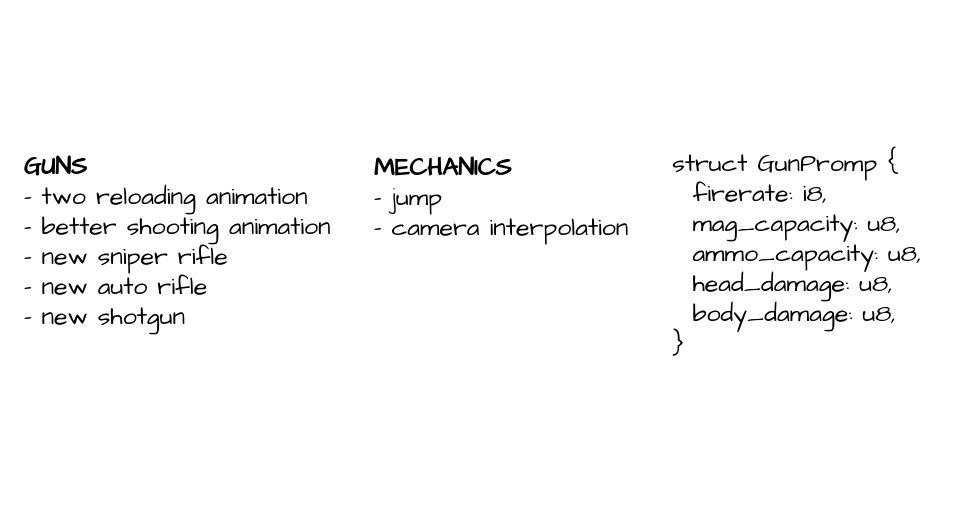
Earlier version of the draw.io diagram plans.drawio (HasChad/bevy-shooting-range). Source tidied: cells renumbered, new cells numbered last; positions are measured from the earlier drawing's top-left corner, leaving out a move shared by most shapes. Both pictures are drawn from the tidied source at 125%, with x=0, y=0 at pixel (21, 140).
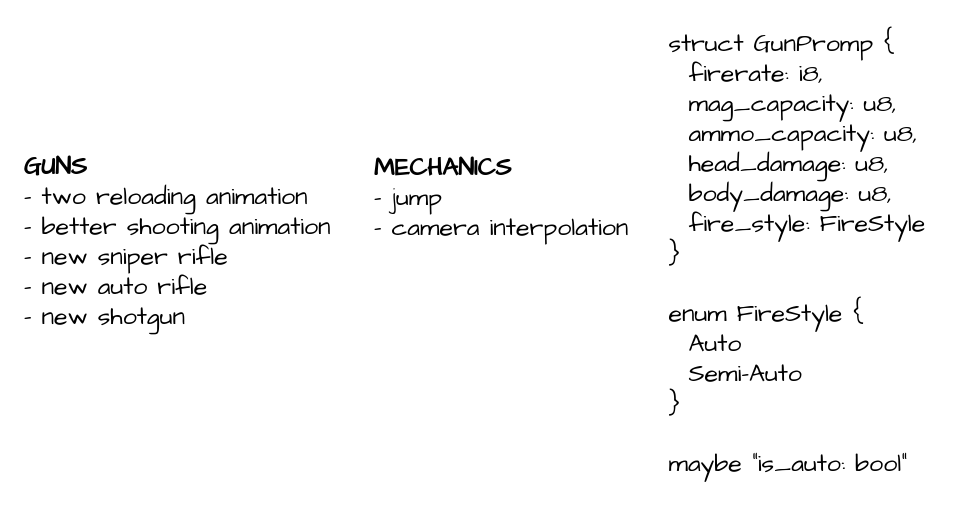
After the change.

What changed in the source:
```diff
@@
 <mxGraphModel>
   <root>
     <mxCell id="0" />
     <mxCell id="1" parent="0" />
     <mxCell id="2" value="&lt;b&gt;GUNS&lt;/b&gt;&lt;br&gt;- two reloading animation&lt;br&gt;- better shooting animation&lt;br&gt;- new sniper rifle&lt;br&gt;- new auto rifle&lt;br&gt;- new shotgun" style="text;html=1;align=left;verticalAlign=middle;strokeColor=none;fillColor=none;fontSize=20;fontFamily=Architects Daughter;sketch=1;hachureGap=4;jiggle=2;curveFitting=1;" parent="1" vertex="1">
       <mxGeometry width="270" height="160" as="geometry" />
     </mxCell>
-    <mxCell id="3" value="&lt;div style=&quot;text-align: left;&quot;&gt;&lt;span style=&quot;background-color: initial;&quot;&gt;struct GunPromp {&lt;/span&gt;&lt;/div&gt;&lt;div style=&quot;text-align: left;&quot;&gt;&lt;span style=&quot;background-color: initial;&quot;&gt;&amp;nbsp; firerate: i8,&lt;/span&gt;&lt;/div&gt;&lt;div style=&quot;text-align: left;&quot;&gt;&lt;span style=&quot;background-color: initial;&quot;&gt;&amp;nbsp; mag_capacity: u8,&lt;/span&gt;&lt;/div&gt;&lt;div style=&quot;text-align: left;&quot;&gt;&lt;span style=&quot;background-color: initial;&quot;&gt;&amp;nbsp; ammo_capacity: u8,&lt;/span&gt;&lt;/div&gt;&lt;div style=&quot;text-align: left;&quot;&gt;&lt;span style=&quot;background-color: initial;&quot;&gt;&amp;nbsp; head_damage: u8,&lt;/span&gt;&lt;/div&gt;&lt;div style=&quot;text-align: left;&quot;&gt;&lt;span style=&quot;background-color: initial;&quot;&gt;&amp;nbsp; body_damage: u8,&lt;/span&gt;&lt;/div&gt;&lt;div style=&quot;text-align: left;&quot;&gt;}&lt;/div&gt;" style="text;html=1;align=center;verticalAlign=middle;strokeColor=none;fillColor=none;fontSize=20;fontFamily=Architects Daughter;sketch=1;hachureGap=4;jiggle=2;curveFitting=1;" parent="1" vertex="1">
-      <mxGeometry x="510" width="220" height="180" as="geometry" />
+    <mxCell id="3" value="&lt;div style=&quot;text-align: left;&quot;&gt;&lt;span style=&quot;background-color: initial;&quot;&gt;struct GunPromp {&lt;/span&gt;&lt;/div&gt;&lt;div style=&quot;text-align: left;&quot;&gt;&lt;span style=&quot;background-color: initial;&quot;&gt;&amp;nbsp; firerate: i8,&lt;/span&gt;&lt;/div&gt;&lt;div style=&quot;text-align: left;&quot;&gt;&lt;span style=&quot;background-color: initial;&quot;&gt;&amp;nbsp; mag_capacity: u8,&lt;/span&gt;&lt;/div&gt;&lt;div style=&quot;text-align: left;&quot;&gt;&lt;span style=&quot;background-color: initial;&quot;&gt;&amp;nbsp; ammo_capacity: u8,&lt;/span&gt;&lt;/div&gt;&lt;div style=&quot;text-align: left;&quot;&gt;&lt;span style=&quot;background-color: initial;&quot;&gt;&amp;nbsp; head_damage: u8,&lt;/span&gt;&lt;/div&gt;&lt;div style=&quot;text-align: left;&quot;&gt;&lt;span style=&quot;background-color: initial;&quot;&gt;&amp;nbsp; body_damage: u8,&lt;/span&gt;&lt;/div&gt;&lt;div style=&quot;text-align: left;&quot;&gt;&lt;span style=&quot;background-color: initial;&quot;&gt;&amp;nbsp; fire_style: FireStyle&lt;/span&gt;&lt;/div&gt;&lt;div style=&quot;text-align: left;&quot;&gt;}&lt;/div&gt;&lt;div style=&quot;text-align: left;&quot;&gt;&lt;br&gt;&lt;/div&gt;&lt;div style=&quot;text-align: left;&quot;&gt;enum FireStyle {&lt;/div&gt;&lt;div style=&quot;text-align: left;&quot;&gt;&amp;nbsp; Auto&lt;br&gt;&amp;nbsp; Semi-Auto&lt;br&gt;}&lt;/div&gt;&lt;div style=&quot;text-align: left;&quot;&gt;&lt;br&gt;&lt;/div&gt;&lt;div style=&quot;text-align: left;&quot;&gt;maybe &quot;is_auto: bool&quot;&lt;/div&gt;" style="text;html=1;align=center;verticalAlign=middle;strokeColor=none;fillColor=none;fontSize=20;fontFamily=Architects Daughter;sketch=1;hachureGap=4;jiggle=2;curveFitting=1;" parent="1" vertex="1">
+      <mxGeometry x="505" y="-95" width="230" height="370" as="geometry" />
     </mxCell>
     <mxCell id="4" value="&lt;b&gt;MECHANICS&lt;/b&gt;&lt;br&gt;- jump&lt;br&gt;- camera interpolation" style="text;html=1;align=left;verticalAlign=middle;strokeColor=none;fillColor=none;fontSize=20;fontFamily=Architects Daughter;sketch=1;hachureGap=4;jiggle=2;curveFitting=1;" parent="1" vertex="1">
       <mxGeometry x="280" width="230" height="90" as="geometry" />
     </mxCell>
   </root>
 </mxGraphModel>
```
